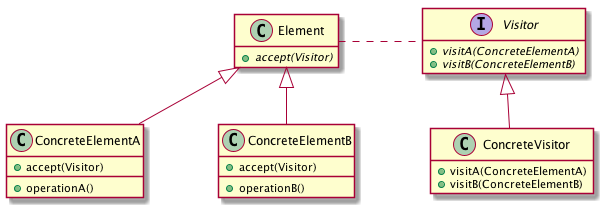
Above: comportement/visitor/uml/visitor_cd.png in ace-lectures/pattern-repository (PlantUML), before the change. Source of this version:
```plantuml
@startuml

skinparam nodesep 75
skinparam ranksep 50
hide empty members

interface Visitor {
  + {abstract} visitA(ConcreteElementA)
  + {abstract} visitB(ConcreteElementB)
}

class ConcreteVisitor {
  + visitA(ConcreteElementA)
  + visitB(ConcreteElementB)
}

Visitor <|-- ConcreteVisitor

class Element {
  + {abstract} accept(Visitor)
}

Element . Visitor

class ConcreteElementA {
  + accept(Visitor)
  __
  + operationA()
}
Element <|-- ConcreteElementA

class ConcreteElementB {
  + accept(Visitor)
  __
  + operationB()
}
Element <|-- ConcreteElementB

@enduml
```
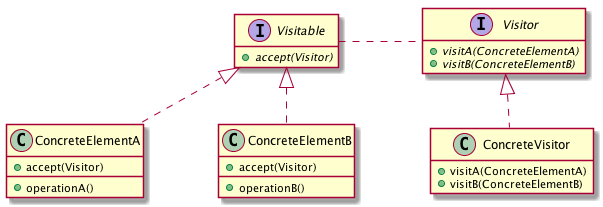
The same file after the commit.

Diff of the diagram source:
```diff
@@ -14,26 +14,26 @@
   + visitB(ConcreteElementB)
 }
 
-Visitor <|-- ConcreteVisitor
+Visitor <|.. ConcreteVisitor
 
-class Element {
+interface Visitable {
   + {abstract} accept(Visitor)
 }
 
-Element . Visitor
+Visitable . Visitor
 
 class ConcreteElementA {
   + accept(Visitor)
   __
   + operationA()
 }
-Element <|-- ConcreteElementA
+Visitable <|.. ConcreteElementA
 
 class ConcreteElementB {
   + accept(Visitor)
   __
   + operationB()
 }
-Element <|-- ConcreteElementB
+Visitable <|.. ConcreteElementB
 
 @enduml
```
